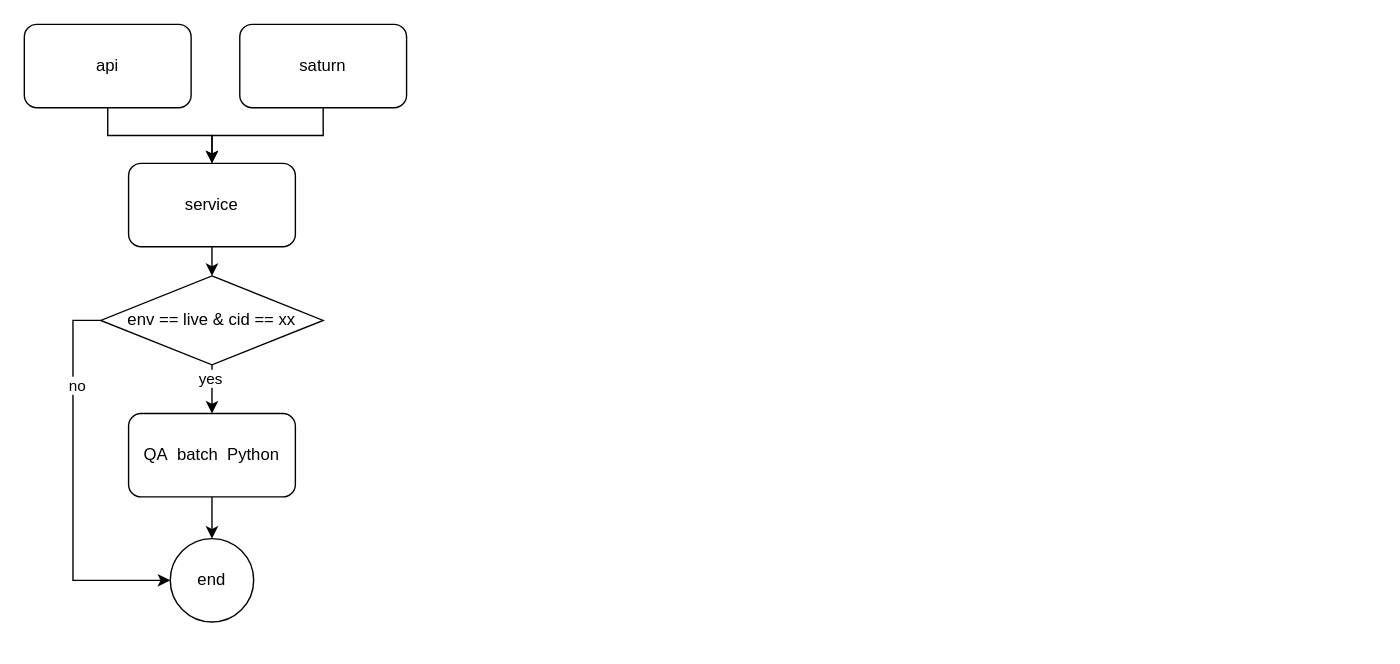
Above: QA-batch-py.drawio in yindongjun/drawio-2 (draw.io), before the change. Source tidied: cells renumbered, new cells numbered last; positions are measured from the earlier drawing's top-left corner, leaving out a move shared by most shapes. Both pictures are drawn from the tidied source at 139%, with x=0, y=0 at pixel (24, 24).
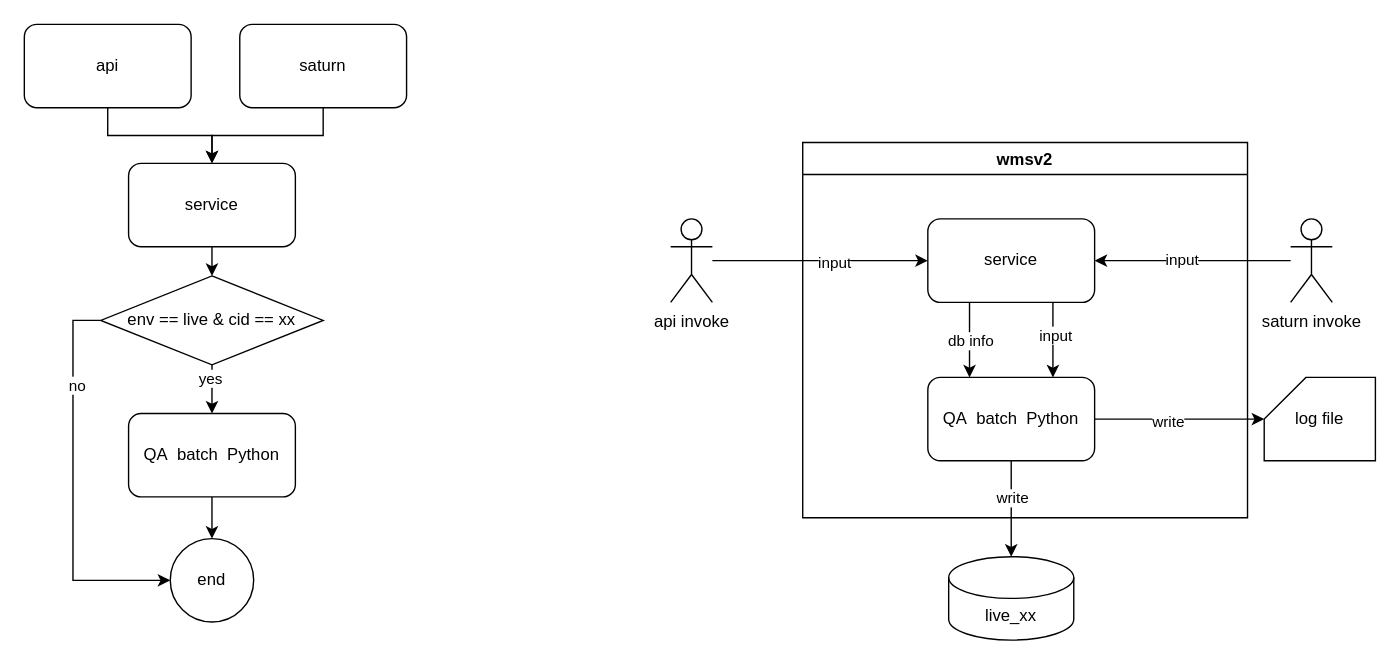
The same diagram, later.

Change to the diagram source:
```diff
@@
+    <mxCell id="16" style="edgeStyle=orthogonalEdgeStyle;rounded=0;jettySize=auto;html=1;entryX=0;entryY=0.5;entryDx=0;entryDy=0;" parent="1" edge="1" source="18" target="24">
+      <mxGeometry relative="1" as="geometry" />
+    </mxCell>
+    <mxCell id="17" value="input" style="edgeLabel;html=1;align=center;verticalAlign=middle;" parent="16" vertex="1">
+      <mxGeometry x="0.12" relative="1" as="geometry">
+        <mxPoint y="1" as="offset" />
+      </mxGeometry>
+    </mxCell>
+    <mxCell id="18" value="api invoke" style="shape=umlActor;verticalLabelPosition=bottom;verticalAlign=top;html=1;outlineConnect=0;" parent="1" vertex="1">
+      <mxGeometry x="465" y="140" width="30" height="60" as="geometry" />
+    </mxCell>
+    <mxCell id="19" value="wmsv2" style="swimlane;" parent="1" vertex="1">
+      <mxGeometry x="560" y="85" width="320" height="270" as="geometry" />
+    </mxCell>
+    <mxCell id="20" style="edgeStyle=orthogonalEdgeStyle;rounded=0;jettySize=auto;html=1;exitX=0.25;exitY=1;exitDx=0;exitDy=0;entryX=0.25;entryY=0;entryDx=0;entryDy=0;" parent="19" edge="1" source="24" target="27">
+      <mxGeometry relative="1" as="geometry" />
+    </mxCell>
+    <mxCell id="21" value="db info" style="edgeLabel;html=1;align=center;verticalAlign=middle;" parent="20" vertex="1">
+      <mxGeometry relative="1" as="geometry" />
+    </mxCell>
+    <mxCell id="22" style="edgeStyle=orthogonalEdgeStyle;rounded=0;jettySize=auto;html=1;exitX=0.75;exitY=1;exitDx=0;exitDy=0;entryX=0.75;entryY=0;entryDx=0;entryDy=0;" parent="19" edge="1" source="24" target="27">
+      <mxGeometry relative="1" as="geometry" />
+    </mxCell>
+    <mxCell id="23" value="input" style="edgeLabel;html=1;align=center;verticalAlign=middle;" parent="22" vertex="1">
+      <mxGeometry x="-0.14" y="1" relative="1" as="geometry" />
+    </mxCell>
+    <mxCell id="24" value="service" style="rounded=1;whiteSpace=wrap;html=1;" parent="19" vertex="1">
+      <mxGeometry x="90" y="55" width="120" height="60" as="geometry" />
+    </mxCell>
+    <mxCell id="25" style="edgeStyle=orthogonalEdgeStyle;rounded=0;jettySize=auto;html=1;entryX=0;entryY=0;entryDx=0;entryDy=30;entryPerimeter=0;" parent="19" edge="1" source="27" target="28">
+      <mxGeometry relative="1" as="geometry" />
+    </mxCell>
+    <mxCell id="26" value="write" style="edgeLabel;html=1;align=center;verticalAlign=middle;" parent="25" vertex="1">
+      <mxGeometry x="-0.15" y="-1" relative="1" as="geometry" />
+    </mxCell>
+    <mxCell id="27" value="QA&amp;nbsp; batch&amp;nbsp; Python" style="rounded=1;whiteSpace=wrap;html=1;" parent="19" vertex="1">
+      <mxGeometry x="90" y="169" width="120" height="60" as="geometry" />
+    </mxCell>
+    <mxCell id="28" value="log file" style="shape=card;whiteSpace=wrap;html=1;" parent="19" vertex="1">
+      <mxGeometry x="332" y="169" width="80" height="60" as="geometry" />
+    </mxCell>
+    <mxCell id="29" value="live_xx" style="shape=cylinder3;whiteSpace=wrap;html=1;boundedLbl=1;backgroundOutline=1;size=15;" parent="1" vertex="1">
+      <mxGeometry x="665" y="383" width="90" height="60" as="geometry" />
+    </mxCell>
+    <mxCell id="30" style="edgeStyle=orthogonalEdgeStyle;rounded=0;jettySize=auto;html=1;entryX=1;entryY=0.5;entryDx=0;entryDy=0;" parent="1" edge="1" source="32" target="24">
+      <mxGeometry relative="1" as="geometry" />
+    </mxCell>
+    <mxCell id="31" value="input" style="edgeLabel;html=1;align=center;verticalAlign=middle;" parent="30" vertex="1">
+      <mxGeometry x="0.12" y="-1" relative="1" as="geometry" />
+    </mxCell>
+    <mxCell id="32" value="saturn invoke" style="shape=umlActor;verticalLabelPosition=bottom;verticalAlign=top;html=1;outlineConnect=0;" parent="1" vertex="1">
+      <mxGeometry x="911" y="140" width="30" height="60" as="geometry" />
+    </mxCell>
+    <mxCell id="33" style="edgeStyle=orthogonalEdgeStyle;rounded=0;jettySize=auto;html=1;" parent="1" edge="1" source="27" target="29">
+      <mxGeometry relative="1" as="geometry" />
+    </mxCell>
+    <mxCell id="34" value="write" style="edgeLabel;html=1;align=center;verticalAlign=middle;" parent="33" vertex="1">
+      <mxGeometry x="-0.74" y="1" relative="1" as="geometry">
+        <mxPoint x="-1" y="17" as="offset" />
+      </mxGeometry>
+    </mxCell>
```
